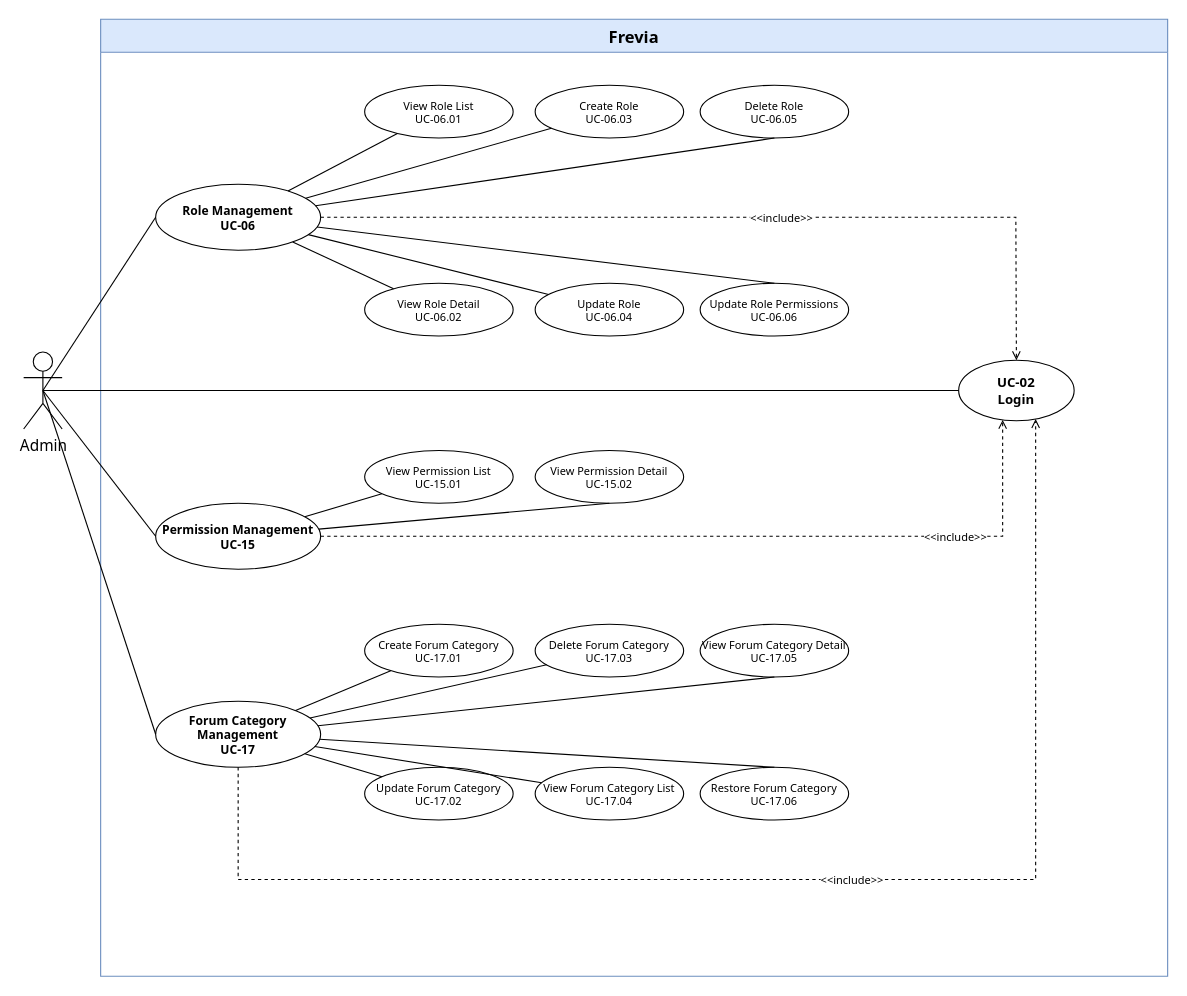
Thunggg/Frevia keeps this draw.io diagram as page "Admin 2/4" (2 of 4) of uc-diagrams/Admin.drawio. Above is the earlier version. Source tidied: cells renumbered, new cells numbered last; positions are measured from the earlier drawing's top-left corner, leaving out a move shared by most shapes. Both pictures are drawn from the tidied source at 110%, with x=0, y=0 at pixel (23, 19).
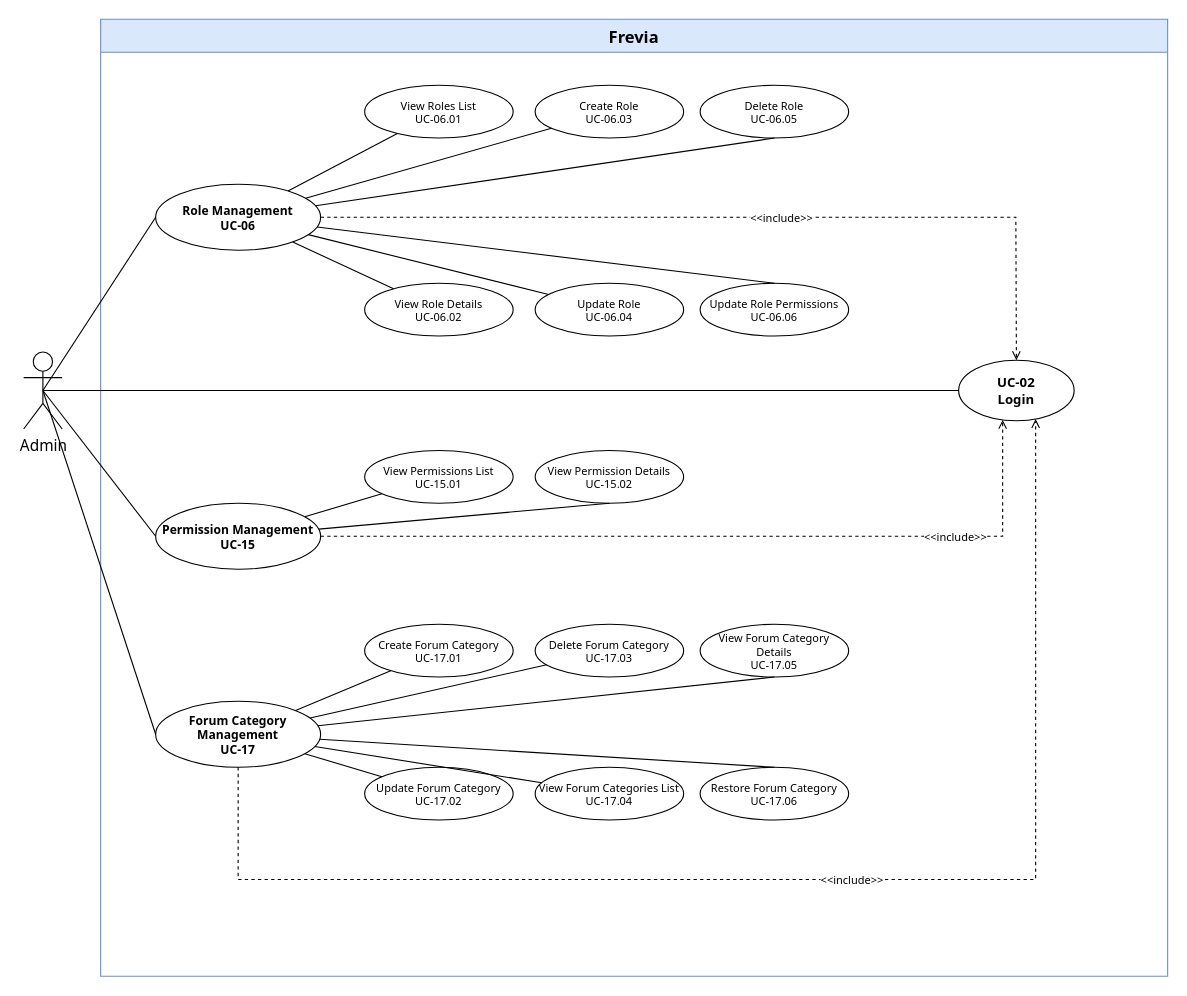
After the change.

The change refers to these unchanged cells:
```xml
<mxCell id="2" value="Frevia" style="swimlane;whiteSpace=wrap;html=1;startSize=30;fontSize=15;fontFamily=Tahoma;fontStyle=1;fillColor=#dae8fc;strokeColor=#6c8ebf;" parent="1" vertex="1">
  <mxGeometry x="70" width="970" height="870" as="geometry" />
</mxCell>
```

What changed in the source:
```diff
@@
-    <mxCell id="5" value="View Role List&#10;UC-06.01" style="ellipse;whiteSpace=wrap;html=1;fontSize=10;fontFamily=Tahoma;fillColor=#ffffff;strokeColor=#000000;" parent="2" vertex="1">
+    <mxCell id="5" value="View Roles List&#10;UC-06.01" style="ellipse;whiteSpace=wrap;html=1;fontSize=10;fontFamily=Tahoma;fillColor=#ffffff;strokeColor=#000000;" parent="2" vertex="1">
       <mxGeometry x="240" y="60" width="135" height="48" as="geometry" />
     </mxCell>
-    <mxCell id="6" value="View Role Detail&#10;UC-06.02" style="ellipse;whiteSpace=wrap;html=1;fontSize=10;fontFamily=Tahoma;fillColor=#ffffff;strokeColor=#000000;" parent="2" vertex="1">
+    <mxCell id="6" value="View Role Details&#10;UC-06.02" style="ellipse;whiteSpace=wrap;html=1;fontSize=10;fontFamily=Tahoma;fillColor=#ffffff;strokeColor=#000000;" parent="2" vertex="1">
       <mxGeometry x="240" y="240" width="135" height="48" as="geometry" />
     </mxCell>
@@
-    <mxCell id="12" value="View Permission List&#10;UC-15.01" style="ellipse;whiteSpace=wrap;html=1;fontSize=10;fontFamily=Tahoma;fillColor=#ffffff;strokeColor=#000000;" parent="2" vertex="1">
+    <mxCell id="12" value="View Permissions List&#10;UC-15.01" style="ellipse;whiteSpace=wrap;html=1;fontSize=10;fontFamily=Tahoma;fillColor=#ffffff;strokeColor=#000000;" parent="2" vertex="1">
       <mxGeometry x="240" y="392" width="135" height="48" as="geometry" />
     </mxCell>
-    <mxCell id="13" value="View Permission Detail&#10;UC-15.02" style="ellipse;whiteSpace=wrap;html=1;fontSize=10;fontFamily=Tahoma;fillColor=#ffffff;strokeColor=#000000;" parent="2" vertex="1">
+    <mxCell id="13" value="View Permission Details&#10;UC-15.02" style="ellipse;whiteSpace=wrap;html=1;fontSize=10;fontFamily=Tahoma;fillColor=#ffffff;strokeColor=#000000;" parent="2" vertex="1">
       <mxGeometry x="395" y="392" width="135" height="48" as="geometry" />
     </mxCell>
@@
-    <mxCell id="17" value="View Forum Category Detail&lt;br&gt;UC-17.05" style="ellipse;whiteSpace=wrap;html=1;fontSize=10;fontFamily=Tahoma;fillColor=#ffffff;strokeColor=#000000;" parent="2" vertex="1">
+    <mxCell id="17" value="View Forum Category Details&lt;br&gt;UC-17.05" style="ellipse;whiteSpace=wrap;html=1;fontSize=10;fontFamily=Tahoma;fillColor=#ffffff;strokeColor=#000000;" parent="2" vertex="1">
       <mxGeometry x="545" y="550" width="135" height="48" as="geometry" />
     </mxCell>
@@
-    <mxCell id="25" value="View Forum Category List&#10;UC-17.04" style="ellipse;whiteSpace=wrap;html=1;fontSize=10;fontFamily=Tahoma;fillColor=#ffffff;strokeColor=#000000;" parent="2" vertex="1">
+    <mxCell id="25" value="View Forum Categories List&#10;UC-17.04" style="ellipse;whiteSpace=wrap;html=1;fontSize=10;fontFamily=Tahoma;fillColor=#ffffff;strokeColor=#000000;" parent="2" vertex="1">
       <mxGeometry x="395" y="680" width="135" height="48" as="geometry" />
     </mxCell>
```
